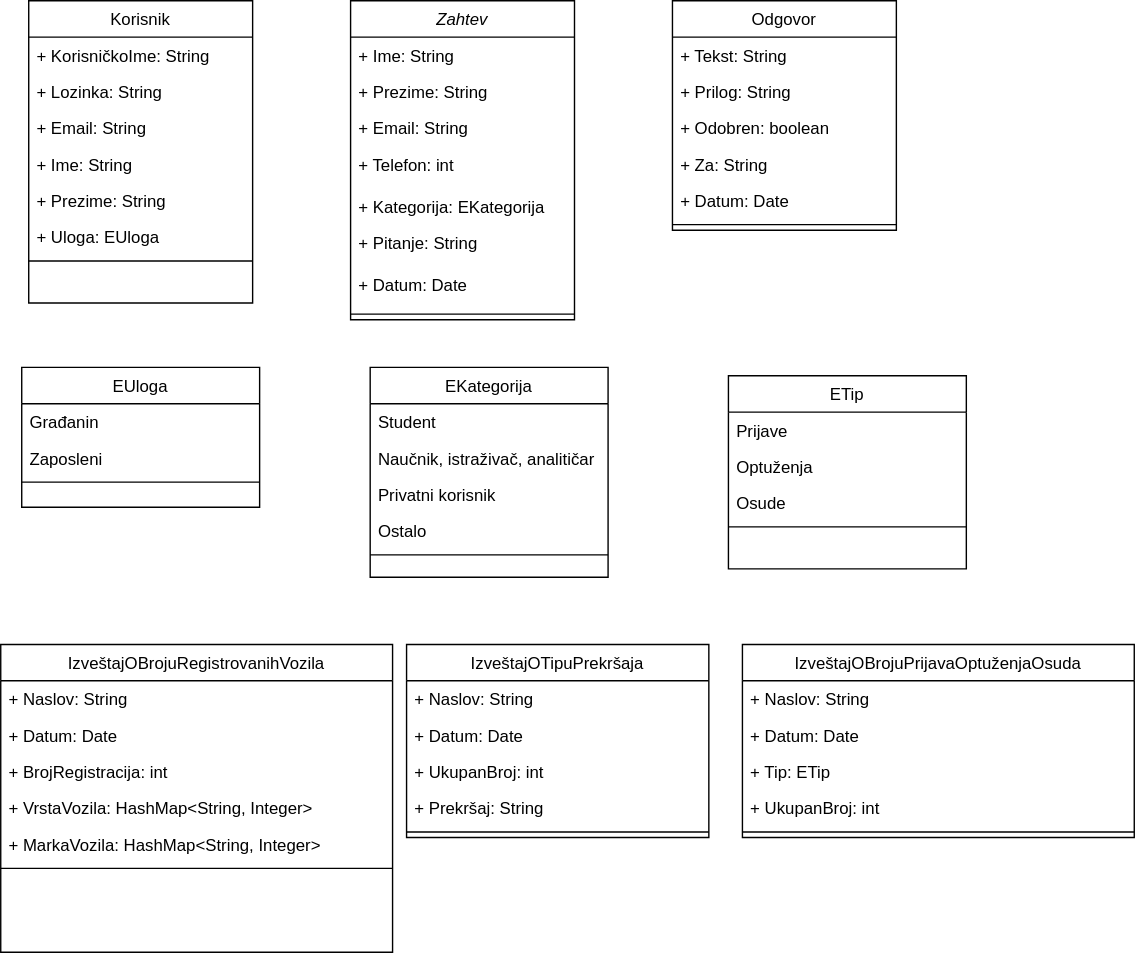
This is Diagrams/ZavodZaStatistiku_ClassDiagram.svg from anna02272/EGovernment, a draw.io export, as it was before one commit. Source tidied: cells renumbered, new cells last; positions are measured from the earlier drawing's top-left corner, leaving out a move shared by most shapes.
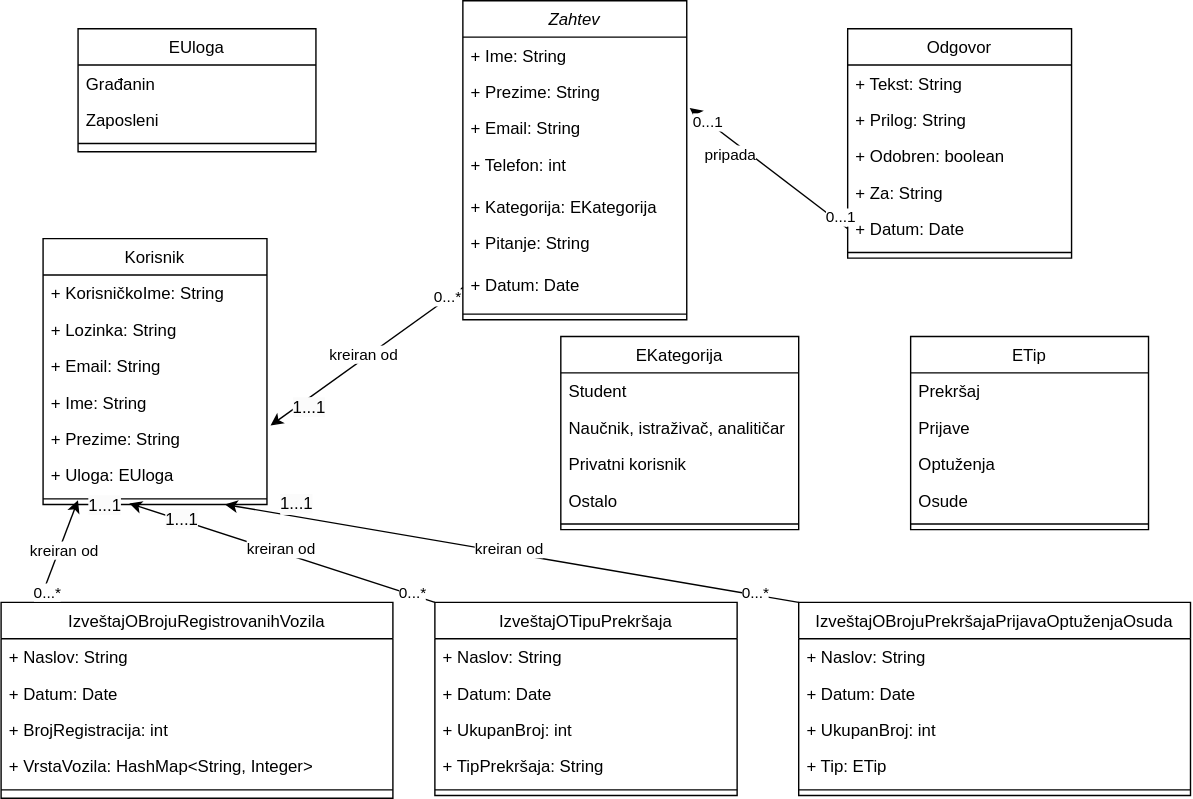
Later version of the same file.

Commit message:
Added relationships in class diagram

Change to the diagram source:
```diff
@@ -3,7 +3,7 @@
     <mxCell id="0" />
     <mxCell id="1" parent="0" />
     <mxCell id="2" value="Zahtev" style="swimlane;fontStyle=2;align=center;verticalAlign=top;horizontal=1;startSize=26;rounded=0;shadow=0;strokeWidth=1;" parent="1" vertex="1">
-      <mxGeometry x="250" width="160" height="228" as="geometry" />
+      <mxGeometry x="340" y="-30" width="160" height="228" as="geometry" />
     </mxCell>
     <mxCell id="3" value="+ Ime: String" style="text;align=left;verticalAlign=top;spacingLeft=4;spacingRight=4;overflow=hidden;" parent="2" vertex="1">
       <mxGeometry y="26" width="160" height="26" as="geometry" />
@@ -30,7 +30,7 @@
       <mxGeometry y="220" width="160" height="8" as="geometry" />
     </mxCell>
     <mxCell id="11" value="Korisnik" style="swimlane;fontStyle=0;align=center;verticalAlign=top;horizontal=1;startSize=26;rounded=0;shadow=0;strokeWidth=1;" parent="1" vertex="1">
-      <mxGeometry x="20" width="160" height="216" as="geometry" />
+      <mxGeometry x="40" y="140" width="160" height="190" as="geometry" />
     </mxCell>
     <mxCell id="12" value="+ KorisničkoIme: String" style="text;align=left;verticalAlign=top;spacingLeft=4;spacingRight=4;overflow=hidden;rounded=0;shadow=0;html=0;" parent="11" vertex="1">
       <mxGeometry y="26" width="160" height="26" as="geometry" />
@@ -54,7 +54,7 @@
       <mxGeometry y="182" width="160" height="8" as="geometry" />
     </mxCell>
     <mxCell id="19" value="EKategorija" style="swimlane;fontStyle=0;align=center;verticalAlign=top;horizontal=1;startSize=26;rounded=0;shadow=0;strokeWidth=1;" parent="1" vertex="1">
-      <mxGeometry x="264" y="262" width="170" height="150" as="geometry" />
+      <mxGeometry x="410" y="210" width="170" height="138" as="geometry" />
     </mxCell>
     <mxCell id="20" value="Student" style="text;align=left;verticalAlign=top;spacingLeft=4;spacingRight=4;overflow=hidden;" parent="19" vertex="1">
       <mxGeometry y="26" width="170" height="26" as="geometry" />
@@ -72,7 +72,7 @@
       <mxGeometry y="130" width="170" height="8" as="geometry" />
     </mxCell>
     <mxCell id="25" value="Odgovor" style="swimlane;fontStyle=0;align=center;verticalAlign=top;horizontal=1;startSize=26;rounded=0;shadow=0;strokeWidth=1;" parent="1" vertex="1">
-      <mxGeometry x="480" width="160" height="164" as="geometry" />
+      <mxGeometry x="615" y="-10" width="160" height="164" as="geometry" />
     </mxCell>
     <mxCell id="26" value="+ Tekst: String" style="text;align=left;verticalAlign=top;spacingLeft=4;spacingRight=4;overflow=hidden;" parent="25" vertex="1">
       <mxGeometry y="26" width="160" height="26" as="geometry" />
@@ -93,7 +93,7 @@
       <mxGeometry y="156" width="160" height="8" as="geometry" />
     </mxCell>
     <mxCell id="32" value="EUloga" style="swimlane;fontStyle=0;align=center;verticalAlign=top;horizontal=1;startSize=26;rounded=0;shadow=0;strokeWidth=1;" parent="1" vertex="1">
-      <mxGeometry x="15" y="262" width="170" height="100" as="geometry" />
+      <mxGeometry x="65" y="-10" width="170" height="88" as="geometry" />
     </mxCell>
     <mxCell id="33" value="Građanin" style="text;align=left;verticalAlign=top;spacingLeft=4;spacingRight=4;overflow=hidden;" parent="32" vertex="1">
       <mxGeometry y="26" width="170" height="26" as="geometry" />
@@ -105,7 +105,7 @@
       <mxGeometry y="78" width="170" height="8" as="geometry" />
     </mxCell>
     <mxCell id="36" value="IzveštajOBrojuRegistrovanihVozila" style="swimlane;fontStyle=0;align=center;verticalAlign=top;horizontal=1;startSize=26;rounded=0;shadow=0;strokeWidth=1;" parent="1" vertex="1">
-      <mxGeometry y="460" width="280" height="220" as="geometry" />
+      <mxGeometry x="10" y="400" width="280" height="140" as="geometry" />
     </mxCell>
     <mxCell id="37" value="+ Naslov: String" style="text;align=left;verticalAlign=top;spacingLeft=4;spacingRight=4;overflow=hidden;" parent="36" vertex="1">
       <mxGeometry y="26" width="280" height="26" as="geometry" />
@@ -119,14 +119,11 @@
     <mxCell id="40" value="+ VrstaVozila: HashMap&lt;String, Integer&gt;" style="text;align=left;verticalAlign=top;spacingLeft=4;spacingRight=4;overflow=hidden;" parent="36" vertex="1">
       <mxGeometry y="104" width="280" height="26" as="geometry" />
     </mxCell>
-    <mxCell id="41" value="+ MarkaVozila: HashMap&lt;String, Integer&gt;" style="text;align=left;verticalAlign=top;spacingLeft=4;spacingRight=4;overflow=hidden;" parent="36" vertex="1">
-      <mxGeometry y="130" width="280" height="26" as="geometry" />
-    </mxCell>
     <mxCell id="42" style="line;html=1;strokeWidth=1;align=left;verticalAlign=middle;spacingTop=-1;spacingLeft=3;spacingRight=3;labelPosition=right;" parent="36" vertex="1">
-      <mxGeometry y="156" width="280" height="8" as="geometry" />
+      <mxGeometry y="130" width="280" height="8" as="geometry" />
     </mxCell>
-    <mxCell id="43" value="IzveštajOBrojuPrijavaOptuženjaOsuda" style="swimlane;fontStyle=0;align=center;verticalAlign=top;horizontal=1;startSize=26;rounded=0;shadow=0;strokeWidth=1;" parent="1" vertex="1">
-      <mxGeometry x="530" y="460" width="280" height="138" as="geometry" />
+    <mxCell id="43" value="IzveštajOBrojuPrekršajaPrijavaOptuženjaOsuda" style="swimlane;fontStyle=0;align=center;verticalAlign=top;horizontal=1;startSize=26;rounded=0;shadow=0;strokeWidth=1;" parent="1" vertex="1">
+      <mxGeometry x="580" y="400" width="280" height="138" as="geometry" />
     </mxCell>
     <mxCell id="44" value="+ Naslov: String" style="text;align=left;verticalAlign=top;spacingLeft=4;spacingRight=4;overflow=hidden;" parent="43" vertex="1">
       <mxGeometry y="26" width="280" height="26" as="geometry" />
@@ -134,17 +131,17 @@
     <mxCell id="45" value="+ Datum: Date" style="text;align=left;verticalAlign=top;spacingLeft=4;spacingRight=4;overflow=hidden;" parent="43" vertex="1">
       <mxGeometry y="52" width="280" height="26" as="geometry" />
     </mxCell>
+    <mxCell id="47" value="+ UkupanBroj: int&#10;" style="text;align=left;verticalAlign=top;spacingLeft=4;spacingRight=4;overflow=hidden;" parent="43" vertex="1">
+      <mxGeometry y="78" width="280" height="26" as="geometry" />
+    </mxCell>
     <mxCell id="46" value="+ Tip: ETip" style="text;align=left;verticalAlign=top;spacingLeft=4;spacingRight=4;overflow=hidden;" parent="43" vertex="1">
-      <mxGeometry y="78" width="280" height="26" as="geometry" />
+      <mxGeometry y="104" width="280" height="26" as="geometry" />
     </mxCell>
-    <mxCell id="47" value="+ UkupanBroj: int&#10;" style="text;align=left;verticalAlign=top;spacingLeft=4;spacingRight=4;overflow=hidden;" parent="43" vertex="1">
-      <mxGeometry y="104" width="280" height="26" as="geometry" />
-    </mxCell>
     <mxCell id="48" style="line;html=1;strokeWidth=1;align=left;verticalAlign=middle;spacingTop=-1;spacingLeft=3;spacingRight=3;labelPosition=right;" parent="43" vertex="1">
       <mxGeometry y="130" width="280" height="8" as="geometry" />
     </mxCell>
     <mxCell id="49" value="IzveštajOTipuPrekršaja" style="swimlane;fontStyle=0;align=center;verticalAlign=top;horizontal=1;startSize=26;rounded=0;shadow=0;strokeWidth=1;" parent="1" vertex="1">
-      <mxGeometry x="290" y="460" width="216" height="138" as="geometry" />
+      <mxGeometry x="320" y="400" width="216" height="138" as="geometry" />
     </mxCell>
     <mxCell id="50" value="+ Naslov: String" style="text;align=left;verticalAlign=top;spacingLeft=4;spacingRight=4;overflow=hidden;" parent="49" vertex="1">
       <mxGeometry y="26" width="216" height="26" as="geometry" />
@@ -155,26 +152,103 @@
     <mxCell id="52" value="+ UkupanBroj: int" style="text;align=left;verticalAlign=top;spacingLeft=4;spacingRight=4;overflow=hidden;" parent="49" vertex="1">
       <mxGeometry y="78" width="216" height="26" as="geometry" />
     </mxCell>
-    <mxCell id="53" value="+ Prekršaj: String" style="text;align=left;verticalAlign=top;spacingLeft=4;spacingRight=4;overflow=hidden;" parent="49" vertex="1">
+    <mxCell id="53" value="+ TipPrekršaja: String" style="text;align=left;verticalAlign=top;spacingLeft=4;spacingRight=4;overflow=hidden;" parent="49" vertex="1">
       <mxGeometry y="104" width="216" height="26" as="geometry" />
     </mxCell>
     <mxCell id="54" style="line;html=1;strokeWidth=1;align=left;verticalAlign=middle;spacingTop=-1;spacingLeft=3;spacingRight=3;labelPosition=right;" parent="49" vertex="1">
       <mxGeometry y="130" width="216" height="8" as="geometry" />
     </mxCell>
     <mxCell id="55" value="ETip" style="swimlane;fontStyle=0;align=center;verticalAlign=top;horizontal=1;startSize=26;rounded=0;shadow=0;strokeWidth=1;" parent="1" vertex="1">
-      <mxGeometry x="520" y="268" width="170" height="138" as="geometry" />
+      <mxGeometry x="660" y="210" width="170" height="138" as="geometry" />
     </mxCell>
-    <mxCell id="56" value="Prijave" style="text;align=left;verticalAlign=top;spacingLeft=4;spacingRight=4;overflow=hidden;" parent="55" vertex="1">
+    <mxCell id="56" value="Prekršaj" style="text;align=left;verticalAlign=top;spacingLeft=4;spacingRight=4;overflow=hidden;" parent="55" vertex="1">
       <mxGeometry y="26" width="170" height="26" as="geometry" />
     </mxCell>
+    <mxCell id="60" value="Prijave" style="text;align=left;verticalAlign=top;spacingLeft=4;spacingRight=4;overflow=hidden;" parent="55" vertex="1">
+      <mxGeometry y="52" width="170" height="26" as="geometry" />
+    </mxCell>
     <mxCell id="57" value="Optuženja" style="text;align=left;verticalAlign=top;spacingLeft=4;spacingRight=4;overflow=hidden;" parent="55" vertex="1">
-      <mxGeometry y="52" width="170" height="26" as="geometry" />
+      <mxGeometry y="78" width="170" height="26" as="geometry" />
     </mxCell>
     <mxCell id="58" value="Osude" style="text;align=left;verticalAlign=top;spacingLeft=4;spacingRight=4;overflow=hidden;" parent="55" vertex="1">
-      <mxGeometry y="78" width="170" height="26" as="geometry" />
+      <mxGeometry y="104" width="170" height="26" as="geometry" />
     </mxCell>
     <mxCell id="59" style="line;html=1;strokeWidth=1;align=left;verticalAlign=middle;spacingTop=-1;spacingLeft=3;spacingRight=3;labelPosition=right;" parent="55" vertex="1">
-      <mxGeometry y="104" width="170" height="8" as="geometry" />
+      <mxGeometry y="130" width="170" height="8" as="geometry" />
     </mxCell>
+    <mxCell id="61" style="endArrow=classic;html=1;rounded=0;exitX=0;exitY=0.5;exitDx=0;exitDy=0;entryX=1.016;entryY=0.138;entryDx=0;entryDy=0;entryPerimeter=0;" parent="1" edge="1" source="9" target="16">
+      <mxGeometry relative="1" as="geometry" />
+    </mxCell>
+    <mxCell id="62" value="kreiran od" style="edgeLabel;html=1;align=center;verticalAlign=middle;" parent="61" vertex="1">
+      <mxGeometry x="0.01" y="-3" relative="1" as="geometry" />
+    </mxCell>
+    <mxCell id="63" value="0...*" style="edgeLabel;html=1;align=center;verticalAlign=middle;" parent="61" vertex="1">
+      <mxGeometry x="-0.85" y="-2" relative="1" as="geometry" />
+    </mxCell>
+    <mxCell id="64" value="&lt;span style=&quot;font-size: 12px; background-color: rgb(251, 251, 251);&quot;&gt;1...1&lt;/span&gt;" style="edgeLabel;html=1;align=center;verticalAlign=middle;" parent="61" vertex="1">
+      <mxGeometry x="0.84" y="-3" relative="1" as="geometry">
+        <mxPoint x="18" y="-3" as="offset" />
+      </mxGeometry>
+    </mxCell>
+    <mxCell id="65" style="endArrow=classic;html=1;rounded=0;entryX=1.013;entryY=0.951;entryDx=0;entryDy=0;exitX=0;exitY=0.5;exitDx=0;exitDy=0;entryPerimeter=0;" parent="1" edge="1" source="30" target="4">
+      <mxGeometry relative="1" as="geometry" />
+    </mxCell>
+    <mxCell id="66" value="pripada" style="edgeLabel;html=1;align=center;verticalAlign=middle;" parent="65" vertex="1">
+      <mxGeometry x="0.21" y="-1" relative="1" as="geometry">
+        <mxPoint x="-16" as="offset" />
+      </mxGeometry>
+    </mxCell>
+    <mxCell id="67" value="0...1" style="edgeLabel;html=1;align=center;verticalAlign=middle;" parent="65" vertex="1">
+      <mxGeometry x="-0.81" y="2" relative="1" as="geometry">
+        <mxPoint x="6" y="-2" as="offset" />
+      </mxGeometry>
+    </mxCell>
+    <mxCell id="68" value="0...1" style="edgeLabel;html=1;align=center;verticalAlign=middle;" parent="65" vertex="1">
+      <mxGeometry x="0.78" relative="1" as="geometry" />
+    </mxCell>
+    <mxCell id="69" style="endArrow=classic;html=1;rounded=0;exitX=0;exitY=0;exitDx=0;exitDy=0;entryX=0.94;entryY=0.625;entryDx=0;entryDy=0;entryPerimeter=0;" parent="1" edge="1" source="43">
+      <mxGeometry relative="1" as="geometry">
+        <mxPoint x="170" y="330" as="targetPoint" />
+      </mxGeometry>
+    </mxCell>
+    <mxCell id="70" value="kreiran od" style="edgeLabel;html=1;align=center;verticalAlign=middle;" parent="69" vertex="1">
+      <mxGeometry x="0.01" y="-3" relative="1" as="geometry" />
+    </mxCell>
+    <mxCell id="71" value="0...*" style="edgeLabel;html=1;align=center;verticalAlign=middle;" parent="69" vertex="1">
+      <mxGeometry x="-0.85" y="-2" relative="1" as="geometry" />
+    </mxCell>
+    <mxCell id="72" value="&lt;span style=&quot;font-size: 12px; background-color: rgb(251, 251, 251);&quot;&gt;1...1&lt;/span&gt;" style="edgeLabel;html=1;align=center;verticalAlign=middle;" parent="69" vertex="1">
+      <mxGeometry x="0.84" y="-3" relative="1" as="geometry">
+        <mxPoint x="18" y="-3" as="offset" />
+      </mxGeometry>
+    </mxCell>
+    <mxCell id="73" style="endArrow=classic;html=1;rounded=0;exitX=0.101;exitY=-0.021;exitDx=0;exitDy=0;entryX=0.156;entryY=0.625;entryDx=0;entryDy=0;entryPerimeter=0;exitPerimeter=0;" parent="1" edge="1" source="36" target="18">
+      <mxGeometry relative="1" as="geometry" />
+    </mxCell>
+    <mxCell id="74" value="kreiran od" style="edgeLabel;html=1;align=center;verticalAlign=middle;" parent="73" vertex="1">
+      <mxGeometry x="0.01" y="-3" relative="1" as="geometry" />
+    </mxCell>
+    <mxCell id="75" value="0...*" style="edgeLabel;html=1;align=center;verticalAlign=middle;" parent="73" vertex="1">
+      <mxGeometry x="-0.85" y="-2" relative="1" as="geometry" />
+    </mxCell>
+    <mxCell id="76" value="&lt;span style=&quot;font-size: 12px; background-color: rgb(251, 251, 251);&quot;&gt;1...1&lt;/span&gt;" style="edgeLabel;html=1;align=center;verticalAlign=middle;" parent="73" vertex="1">
+      <mxGeometry x="0.84" y="-3" relative="1" as="geometry">
+        <mxPoint x="18" y="-3" as="offset" />
+      </mxGeometry>
+    </mxCell>
+    <mxCell id="77" style="endArrow=classic;html=1;rounded=0;exitX=0;exitY=0;exitDx=0;exitDy=0;entryX=0.385;entryY=0.903;entryDx=0;entryDy=0;entryPerimeter=0;" parent="1" edge="1" source="49" target="18">
+      <mxGeometry relative="1" as="geometry" />
+    </mxCell>
+    <mxCell id="78" value="kreiran od" style="edgeLabel;html=1;align=center;verticalAlign=middle;" parent="77" vertex="1">
+      <mxGeometry x="0.01" y="-3" relative="1" as="geometry" />
+    </mxCell>
+    <mxCell id="79" value="0...*" style="edgeLabel;html=1;align=center;verticalAlign=middle;" parent="77" vertex="1">
+      <mxGeometry x="-0.85" y="-2" relative="1" as="geometry" />
+    </mxCell>
+    <mxCell id="80" value="&lt;span style=&quot;font-size: 12px; background-color: rgb(251, 251, 251);&quot;&gt;1...1&lt;/span&gt;" style="edgeLabel;html=1;align=center;verticalAlign=middle;" parent="77" vertex="1">
+      <mxGeometry x="0.84" y="-3" relative="1" as="geometry">
+        <mxPoint x="18" y="8" as="offset" />
+      </mxGeometry>
+    </mxCell>
   </root>
 </mxGraphModel>
```
